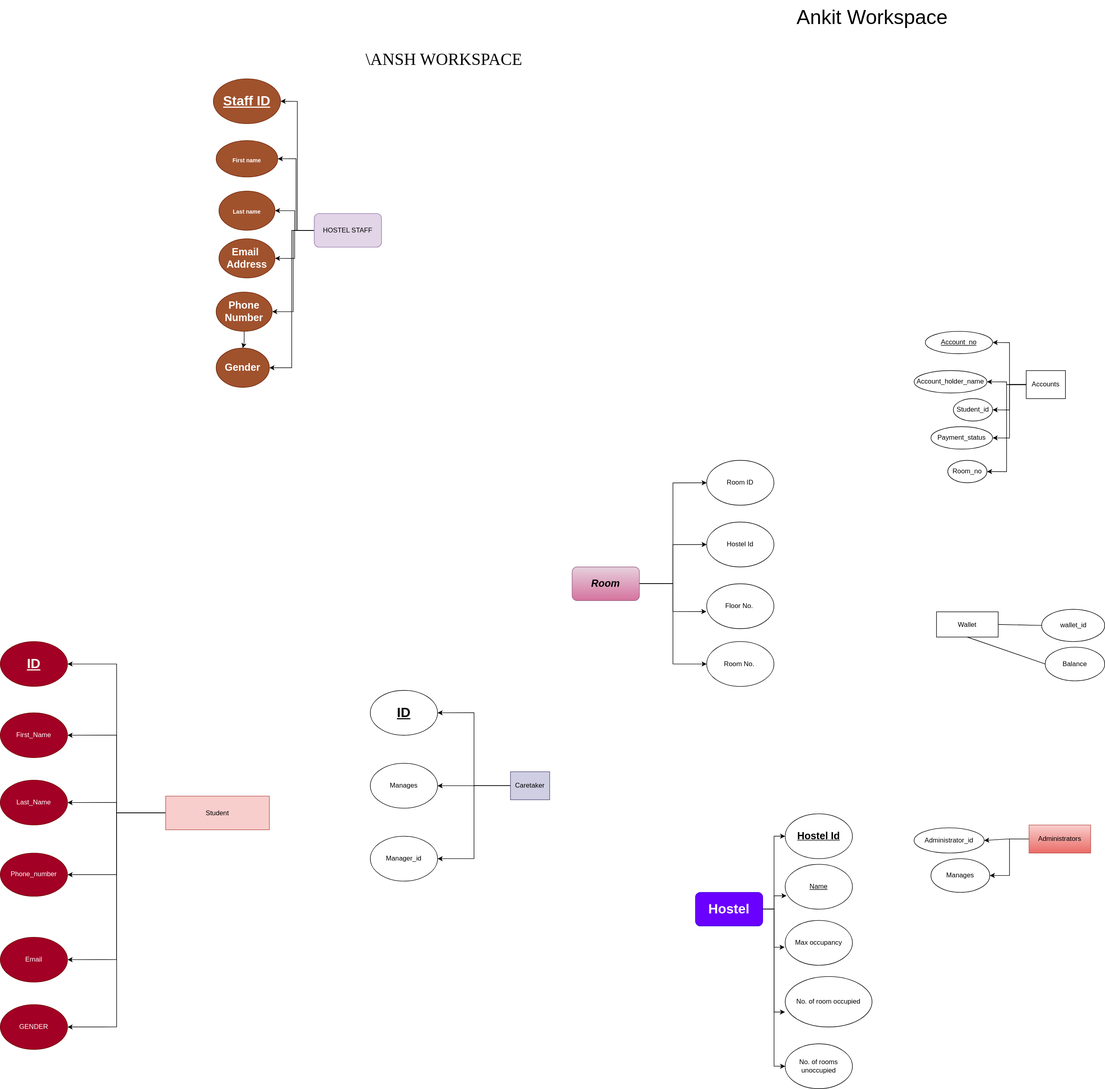
Earlier version of the draw.io export hostel_management.drawio.svg (Zeven100/hostel_management). Source tidied: cells renumbered, new cells last; positions are measured from the earlier drawing's top-left corner, leaving out a move shared by most shapes.
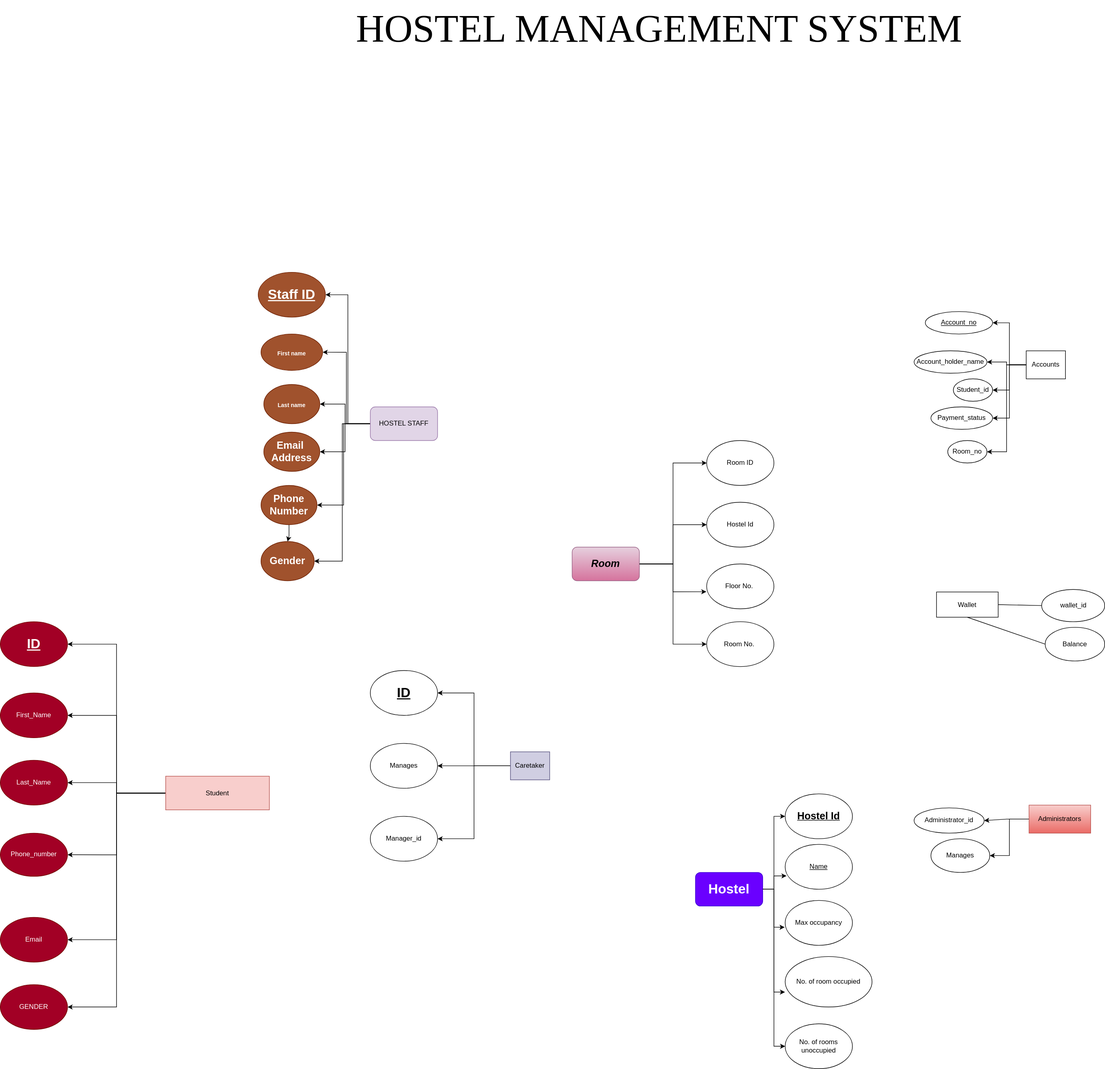
The same diagram one commit later.

The edit, as a diff of the source:
```diff
@@ -44,8 +44,8 @@
     <mxCell id="15" value="&lt;u&gt;Account_no&lt;/u&gt;" style="ellipse;whiteSpace=wrap;html=1;" parent="1" vertex="1">
       <mxGeometry x="1650" y="590" width="120" height="40" as="geometry" />
     </mxCell>
-    <mxCell id="16" value="\ANSH WORKSPACE&amp;nbsp;" style="text;html=1;align=center;verticalAlign=middle;strokeColor=none;fillColor=none;fontSize=30;fontFamily=Lucida Console;" parent="1" vertex="1">
-      <mxGeometry x="640" y="80" width="310" height="50" as="geometry" />
+    <mxCell id="16" value="HOSTEL MANAGEMENT SYSTEM" style="text;html=1;align=center;verticalAlign=middle;strokeColor=none;fillColor=none;fontSize=70;fontFamily=Times New Roman;" parent="1" vertex="1">
+      <mxGeometry x="625" y="35" width="1100" height="100" as="geometry" />
     </mxCell>
     <mxCell id="17" value="Account_holder_name" style="ellipse;whiteSpace=wrap;html=1;" parent="1" vertex="1">
       <mxGeometry x="1630" y="660" width="130" height="40" as="geometry" />
@@ -81,34 +81,31 @@
       <mxGeometry relative="1" as="geometry" />
     </mxCell>
     <mxCell id="28" value="HOSTEL STAFF" style="rounded=1;whiteSpace=wrap;html=1;fillColor=#e1d5e7;strokeColor=#9673a6;" parent="1" vertex="1">
-      <mxGeometry x="560" y="380" width="120" height="60" as="geometry" />
+      <mxGeometry x="660" y="760" width="120" height="60" as="geometry" />
     </mxCell>
     <mxCell id="29" value="Room_no" style="ellipse;whiteSpace=wrap;html=1;" parent="1" vertex="1">
       <mxGeometry x="1690" y="820" width="70" height="40" as="geometry" />
     </mxCell>
-    <mxCell id="30" value="&lt;font style=&quot;font-size: 36px;&quot;&gt;Ankit Workspace&lt;/font&gt;" style="text;html=1;align=center;verticalAlign=middle;strokeColor=none;fillColor=none;" parent="1" vertex="1">
-      <mxGeometry x="1410" width="290" height="60" as="geometry" />
-    </mxCell>
     <mxCell id="31" value="&lt;h2&gt;Gender&lt;/h2&gt;" style="ellipse;whiteSpace=wrap;html=1;fillColor=#a0522d;fontColor=#ffffff;strokeColor=#6D1F00;" parent="1" vertex="1">
-      <mxGeometry x="385" y="620" width="95" height="70" as="geometry" />
+      <mxGeometry x="465" y="1000" width="95" height="70" as="geometry" />
     </mxCell>
     <mxCell id="32" value="&lt;h2&gt;&lt;font size=&quot;1&quot;&gt;First name&lt;/font&gt;&lt;/h2&gt;" style="ellipse;whiteSpace=wrap;html=1;fillColor=#a0522d;fontColor=#ffffff;strokeColor=#6D1F00;" parent="1" vertex="1">
-      <mxGeometry x="385" y="250" width="110" height="65" as="geometry" />
+      <mxGeometry x="465" y="630" width="110" height="65" as="geometry" />
     </mxCell>
     <mxCell id="33" value="&lt;h2&gt;Email&amp;nbsp;&lt;br&gt;Address&lt;/h2&gt;" style="ellipse;whiteSpace=wrap;html=1;fillColor=#a0522d;fontColor=#ffffff;strokeColor=#6D1F00;" parent="1" vertex="1">
-      <mxGeometry x="390" y="425" width="100" height="70" as="geometry" />
+      <mxGeometry x="470" y="805" width="100" height="70" as="geometry" />
     </mxCell>
     <mxCell id="34" value="&lt;h1&gt;&lt;u&gt;Staff ID&lt;/u&gt;&lt;/h1&gt;" style="ellipse;whiteSpace=wrap;html=1;fillColor=#a0522d;fontColor=#ffffff;strokeColor=#6D1F00;" parent="1" vertex="1">
-      <mxGeometry x="380" y="140" width="120" height="80" as="geometry" />
+      <mxGeometry x="460" y="520" width="120" height="80" as="geometry" />
     </mxCell>
     <mxCell id="35" style="edgeStyle=orthogonalEdgeStyle;rounded=0;jettySize=auto;html=1;" parent="1" edge="1" source="36" target="31">
       <mxGeometry relative="1" as="geometry" />
     </mxCell>
     <mxCell id="36" value="&lt;h2&gt;Phone Number&lt;/h2&gt;" style="ellipse;whiteSpace=wrap;html=1;fillColor=#a0522d;fontColor=#ffffff;strokeColor=#6D1F00;" parent="1" vertex="1">
-      <mxGeometry x="385" y="520" width="100" height="70" as="geometry" />
+      <mxGeometry x="465" y="900" width="100" height="70" as="geometry" />
     </mxCell>
     <mxCell id="37" value="&lt;h2&gt;&lt;font size=&quot;1&quot;&gt;Last name&lt;/font&gt;&lt;/h2&gt;" style="ellipse;whiteSpace=wrap;html=1;fillColor=#a0522d;fontColor=#ffffff;strokeColor=#6D1F00;" parent="1" vertex="1">
-      <mxGeometry x="390" y="340" width="100" height="70" as="geometry" />
+      <mxGeometry x="470" y="720" width="100" height="70" as="geometry" />
     </mxCell>
     <mxCell id="38" value="&lt;h1&gt;&lt;u&gt;&lt;b&gt;ID&lt;/b&gt;&lt;/u&gt;&lt;/h1&gt;" style="ellipse;whiteSpace=wrap;html=1;fillColor=#a20025;fontColor=#ffffff;strokeColor=#6F0000;" parent="1" vertex="1">
       <mxGeometry y="1143" width="120" height="80" as="geometry" />
```
